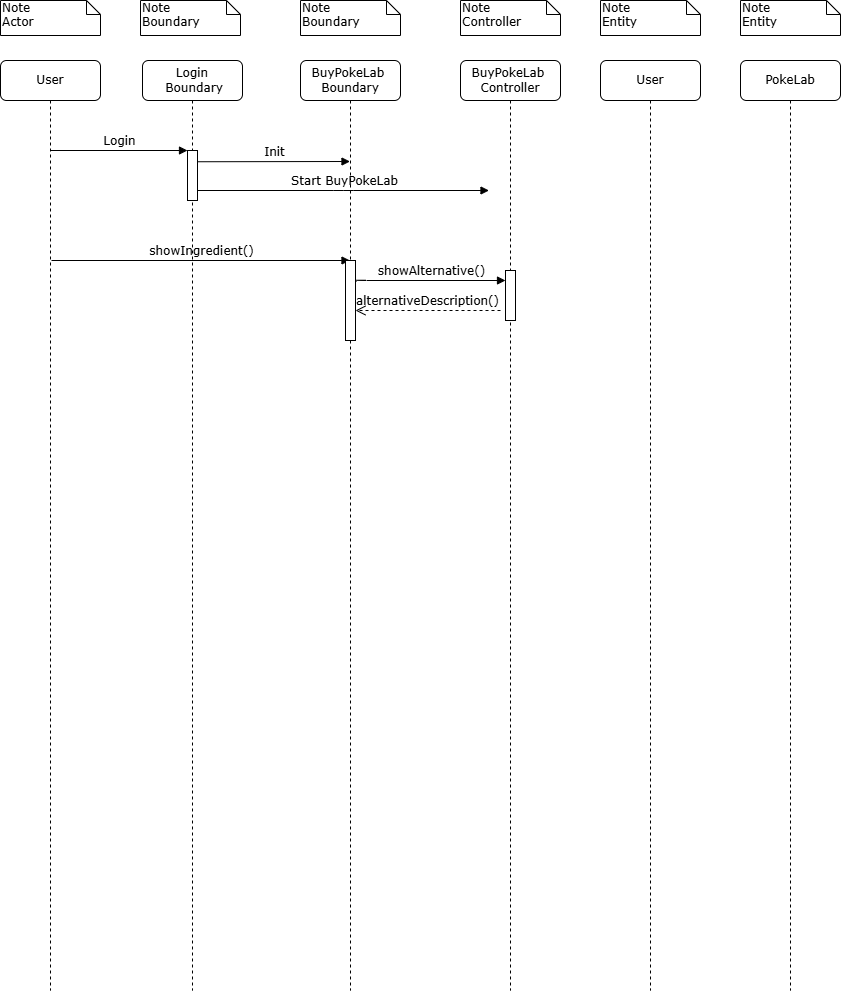
Earlier version of the draw.io export diagrams/SequenceDiagram.drawio.png (matteopinfildi/YourPoke-ISPWProject). Source tidied: cells renumbered, new cells last; positions are measured from the earlier drawing's top-left corner, leaving out a move shared by most shapes.
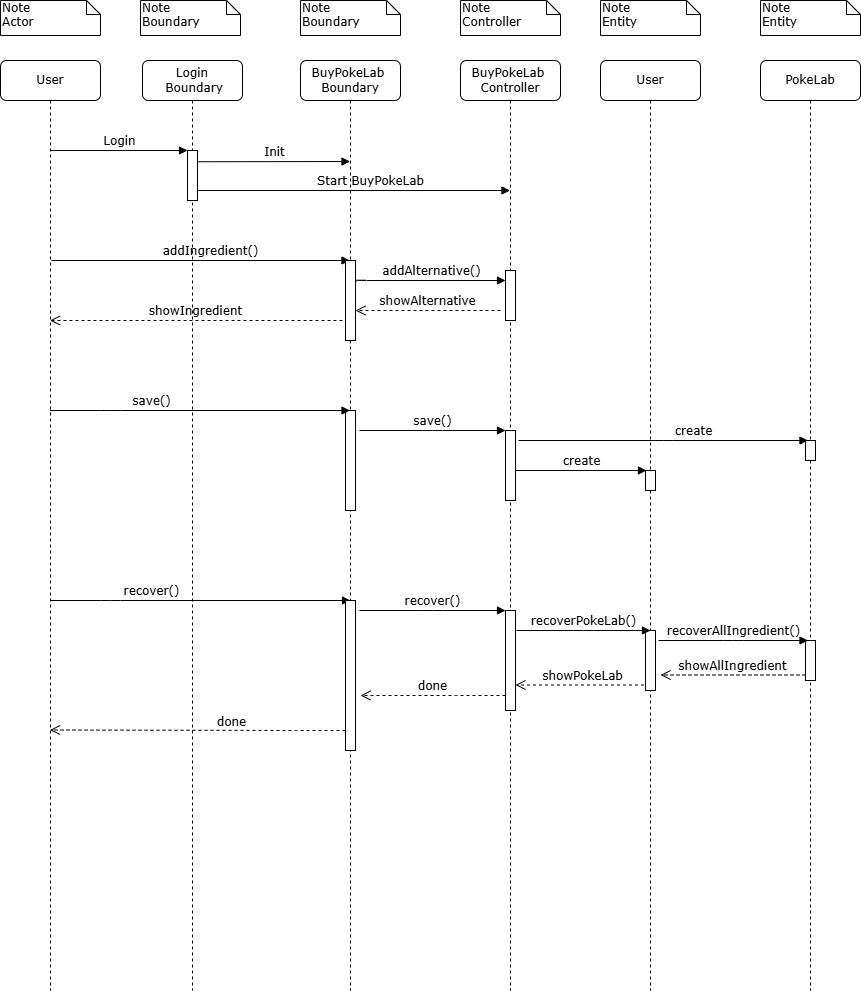
After the change.

What changed in the source:
```diff
@@ -22,4 +22,4 @@
     </mxCell>
-    <mxCell id="8" value="showIngredient()" style="html=1;verticalAlign=bottom;endArrow=block;labelBackgroundColor=none;fontFamily=Verdana;fontSize=12;edgeStyle=elbowEdgeStyle;elbow=vertical;" parent="7" edge="1" target="12">
-      <mxGeometry x="0.01" relative="1" as="geometry">
+    <mxCell id="8" value="addIngredient()" style="html=1;verticalAlign=bottom;endArrow=block;labelBackgroundColor=none;fontFamily=Verdana;fontSize=12;edgeStyle=elbowEdgeStyle;elbow=vertical;" parent="7" edge="1" target="12">
+      <mxGeometry x="0.07" relative="1" as="geometry">
         <mxPoint x="51" y="200" as="sourcePoint" />
@@ -38,2 +38,21 @@
     </mxCell>
+    <mxCell id="23" value="recover()" style="html=1;verticalAlign=bottom;endArrow=block;labelBackgroundColor=none;fontFamily=Verdana;fontSize=12;edgeStyle=elbowEdgeStyle;elbow=vertical;" parent="9" edge="1">
+      <mxGeometry x="-0.33" relative="1" as="geometry">
+        <mxPoint x="-92" y="540" as="sourcePoint" />
+        <mxPoint x="208" y="540" as="targetPoint" />
+        <Array as="points">
+          <mxPoint x="-32" y="540" />
+        </Array>
+        <mxPoint x="1" as="offset" />
+      </mxGeometry>
+    </mxCell>
+    <mxCell id="24" value="showIngredient" style="html=1;verticalAlign=bottom;endArrow=open;dashed=1;endSize=8;labelBackgroundColor=none;fontFamily=Verdana;fontSize=12;edgeStyle=elbowEdgeStyle;elbow=horizontal;" parent="9" edge="1" target="7">
+      <mxGeometry x="0.01" relative="1" as="geometry">
+        <mxPoint x="200" y="260" as="sourcePoint" />
+        <Array as="points">
+          <mxPoint x="150" y="260" />
+          <mxPoint x="180" y="260" />
+        </Array>
+      </mxGeometry>
+    </mxCell>
     <mxCell id="12" value="BuyPokeLab&amp;nbsp;&lt;div&gt;Boundary&lt;/div&gt;" style="shape=umlLifeline;perimeter=lifelinePerimeter;whiteSpace=wrap;html=1;outlineConnect=0;rounded=1;shadow=0;comic=0;labelBackgroundColor=none;strokeWidth=1;fontFamily=Verdana;fontSize=12;align=center;" parent="1" vertex="1">
@@ -44,4 +63,4 @@
     </mxCell>
-    <mxCell id="14" value="alternativeDescription()" style="html=1;verticalAlign=bottom;endArrow=open;dashed=1;endSize=8;labelBackgroundColor=none;fontFamily=Verdana;fontSize=12;edgeStyle=elbowEdgeStyle;elbow=horizontal;" parent="12" edge="1">
-      <mxGeometry relative="1" as="geometry">
+    <mxCell id="14" value="showAlternative" style="html=1;verticalAlign=bottom;endArrow=open;dashed=1;endSize=8;labelBackgroundColor=none;fontFamily=Verdana;fontSize=12;edgeStyle=elbowEdgeStyle;elbow=vertical;" parent="12" edge="1">
+      <mxGeometry x="0.01" relative="1" as="geometry">
         <mxPoint x="200" y="250" as="sourcePoint" />
@@ -54,2 +73,8 @@
     </mxCell>
+    <mxCell id="25" style="html=1;perimeter=orthogonalPerimeter;rounded=0;shadow=0;comic=0;labelBackgroundColor=none;strokeWidth=1;fontFamily=Verdana;fontSize=12;align=center;" parent="12" vertex="1">
+      <mxGeometry x="45" y="350" width="10" height="100" as="geometry" />
+    </mxCell>
+    <mxCell id="26" style="html=1;perimeter=orthogonalPerimeter;rounded=0;shadow=0;comic=0;labelBackgroundColor=none;strokeWidth=1;fontFamily=Verdana;fontSize=12;align=center;" parent="12" vertex="1">
+      <mxGeometry x="45" y="540" width="10" height="150" as="geometry" />
+    </mxCell>
     <mxCell id="15" value="Init" style="html=1;verticalAlign=bottom;endArrow=block;labelBackgroundColor=none;fontFamily=Verdana;fontSize=12;edgeStyle=elbowEdgeStyle;elbow=vertical;exitX=1;exitY=0.225;exitDx=0;exitDy=0;exitPerimeter=0;" parent="1" edge="1" source="10" target="12">
@@ -63,3 +88,3 @@
     </mxCell>
-    <mxCell id="18" value="showAlternative()" style="html=1;verticalAlign=bottom;endArrow=block;entryX=0;entryY=0;labelBackgroundColor=none;fontFamily=Verdana;fontSize=12;edgeStyle=elbowEdgeStyle;elbow=vertical;exitX=1.1;exitY=0.263;exitDx=0;exitDy=0;exitPerimeter=0;" parent="16" edge="1" source="13">
+    <mxCell id="18" value="add&lt;span style=&quot;color: rgba(0, 0, 0, 0); font-family: monospace; font-size: 0px; text-align: start;&quot;&gt;%3CmxGraphModel%3E%3Croot%3E%3CmxCell%20id%3D%220%22%2F%3E%3CmxCell%20id%3D%221%22%20parent%3D%220%22%2F%3E%3CmxCell%20id%3D%222%22%20value%3D%22%22%20style%3D%22html%3D1%3Bpoints%3D%5B%5D%3Bperimeter%3DorthogonalPerimeter%3Brounded%3D0%3Bshadow%3D0%3Bcomic%3D0%3BlabelBackgroundColor%3Dnone%3BstrokeWidth%3D1%3BfontFamily%3DVerdana%3BfontSize%3D12%3Balign%3Dcenter%3B%22%20vertex%3D%221%22%20parent%3D%221%22%3E%3CmxGeometry%20x%3D%22285%22%20y%3D%22350%22%20width%3D%2210%22%20height%3D%22100%22%20as%3D%22geometry%22%2F%3E%3C%2FmxCell%3E%3CmxCell%20id%3D%223%22%20value%3D%22save()%22%20style%3D%22html%3D1%3BverticalAlign%3Dbottom%3BendArrow%3Dblock%3BentryX%3D0%3BentryY%3D0%3BlabelBackgroundColor%3Dnone%3BfontFamily%3DVerdana%3BfontSize%3D12%3BedgeStyle%3DelbowEdgeStyle%3Belbow%3Dvertical%3B%22%20edge%3D%221%22%20parent%3D%221%22%3E%3CmxGeometry%20relative%3D%221%22%20as%3D%22geometry%22%3E%3CmxPoint%20x%3D%22155%22%20y%3D%22350%22%20as%3D%22sourcePoint%22%2F%3E%3CmxPoint%20x%3D%22285%22%20y%3D%22350%22%20as%3D%22targetPoint%22%2F%3E%3C%2FmxGeometry%3E%3C%2FmxCell%3E%3CmxCell%20id%3D%224%22%20value%3D%22%22%20style%3D%22html%3D1%3Bpoints%3D%5B%5D%3Bperimeter%3DorthogonalPerimeter%3Brounded%3D0%3Bshadow%3D0%3Bcomic%3D0%3BlabelBackgroundColor%3Dnone%3BstrokeWidth%3D1%3BfontFamily%3DVerdana%3BfontSize%3D12%3Balign%3Dcenter%3B%22%20vertex%3D%221%22%20parent%3D%221%22%3E%3CmxGeometry%20x%3D%22445%22%20y%3D%22360%22%20width%3D%2210%22%20height%3D%2270%22%20as%3D%22geometry%22%2F%3E%3C%2FmxCell%3E%3CmxCell%20id%3D%225%22%20value%3D%22store()%22%20style%3D%22html%3D1%3BverticalAlign%3Dbottom%3BendArrow%3Dblock%3BentryX%3D0.1%3BentryY%3D0%3BlabelBackgroundColor%3Dnone%3BfontFamily%3DVerdana%3BfontSize%3D12%3BedgeStyle%3DelbowEdgeStyle%3Belbow%3Dvertical%3BentryDx%3D0%3BentryDy%3D0%3BentryPerimeter%3D0%3B%22%20edge%3D%221%22%20parent%3D%221%22%3E%3CmxGeometry%20relative%3D%221%22%20as%3D%22geometry%22%3E%3CmxPoint%20x%3D%22299%22%20y%3D%22360%22%20as%3D%22sourcePoint%22%2F%3E%3CmxPoint%20x%3D%22445%22%20y%3D%22360%22%20as%3D%22targetPoint%22%2F%3E%3C%2FmxGeometry%3E%3C%2FmxCell%3E%3CmxCell%20id%3D%226%22%20value%3D%22%22%20style%3D%22html%3D1%3Bpoints%3D%5B%5D%3Bperimeter%3DorthogonalPerimeter%3Brounded%3D0%3Bshadow%3D0%3Bcomic%3D0%3BlabelBackgroundColor%3Dnone%3BstrokeWidth%3D1%3BfontFamily%3DVerdana%3BfontSize%3D12%3Balign%3Dcenter%3B%22%20vertex%3D%221%22%20parent%3D%221%22%3E%3CmxGeometry%20x%3D%22585%22%20y%3D%22400%22%20width%3D%2210%22%20height%3D%2220%22%20as%3D%22geometry%22%2F%3E%3C%2FmxCell%3E%3CmxCell%20id%3D%227%22%20value%3D%22create%22%20style%3D%22html%3D1%3BverticalAlign%3Dbottom%3BendArrow%3Dblock%3BentryX%3D0.1%3BentryY%3D0%3BlabelBackgroundColor%3Dnone%3BfontFamily%3DVerdana%3BfontSize%3D12%3BedgeStyle%3DelbowEdgeStyle%3Belbow%3Dvertical%3BentryDx%3D0%3BentryDy%3D0%3BentryPerimeter%3D0%3B%22%20edge%3D%221%22%20parent%3D%221%22%3E%3CmxGeometry%20relative%3D%221%22%20as%3D%22geometry%22%3E%3CmxPoint%20x%3D%22460%22%20y%3D%22400%22%20as%3D%22sourcePoint%22%2F%3E%3CmxPoint%20x%3D%22591%22%20y%3D%22400%22%20as%3D%22targetPoint%22%2F%3E%3C%2FmxGeometry%3E%3C%2FmxCell%3E%3CmxCell%20id%3D%228%22%20value%3D%22%22%20style%3D%22html%3D1%3Bpoints%3D%5B%5D%3Bperimeter%3DorthogonalPerimeter%3Brounded%3D0%3Bshadow%3D0%3Bcomic%3D0%3BlabelBackgroundColor%3Dnone%3BstrokeWidth%3D1%3BfontFamily%3DVerdana%3BfontSize%3D12%3Balign%3Dcenter%3B%22%20vertex%3D%221%22%20parent%3D%221%22%3E%3CmxGeometry%20x%3D%22725%22%20y%3D%22365%22%20width%3D%2210%22%20height%3D%2220%22%20as%3D%22geometry%22%2F%3E%3C%2FmxCell%3E%3CmxCell%20id%3D%229%22%20value%3D%22create%22%20style%3D%22html%3D1%3BverticalAlign%3Dbottom%3BendArrow%3Dblock%3BentryX%3D0.1%3BentryY%3D0%3BlabelBackgroundColor%3Dnone%3BfontFamily%3DVerdana%3BfontSize%3D12%3BedgeStyle%3DelbowEdgeStyle%3Belbow%3Dvertical%3BentryDx%3D0%3BentryDy%3D0%3BentryPerimeter%3D0%3B%22%20edge%3D%221%22%20parent%3D%221%22%3E%3CmxGeometry%20x%3D%220.2075%22%20y%3D%225%22%20relative%3D%221%22%20as%3D%22geometry%22%3E%3CmxPoint%20x%3D%22460%22%20y%3D%22365%22%20as%3D%22sourcePoint%22%2F%3E%3CmxPoint%20x%3D%22725%22%20y%3D%22365%22%20as%3D%22targetPoint%22%2F%3E%3CmxPoint%20as%3D%22offset%22%2F%3E%3C%2FmxGeometry%3E%3C%2FmxCell%3E%3C%2Froot%3E%3C%2FmxGraphModel%3E&lt;/span&gt;&lt;span style=&quot;color: rgba(0, 0, 0, 0); font-family: monospace; font-size: 0px; text-align: start;&quot;&gt;%3CmxGraphModel%3E%3Croot%3E%3CmxCell%20id%3D%220%22%2F%3E%3CmxCell%20id%3D%221%22%20parent%3D%220%22%2F%3E%3CmxCell%20id%3D%222%22%20value%3D%22%22%20style%3D%22html%3D1%3Bpoints%3D%5B%5D%3Bperimeter%3DorthogonalPerimeter%3Brounded%3D0%3Bshadow%3D0%3Bcomic%3D0%3BlabelBackgroundColor%3Dnone%3BstrokeWidth%3D1%3BfontFamily%3DVerdana%3BfontSize%3D12%3Balign%3Dcenter%3B%22%20vertex%3D%221%22%20parent%3D%221%22%3E%3CmxGeometry%20x%3D%22285%22%20y%3D%22350%22%20width%3D%2210%22%20height%3D%22100%22%20as%3D%22geometry%22%2F%3E%3C%2FmxCell%3E%3CmxCell%20id%3D%223%22%20value%3D%22save()%22%20style%3D%22html%3D1%3BverticalAlign%3Dbottom%3BendArrow%3Dblock%3BentryX%3D0%3BentryY%3D0%3BlabelBackgroundColor%3Dnone%3BfontFamily%3DVerdana%3BfontSize%3D12%3BedgeStyle%3DelbowEdgeStyle%3Belbow%3Dvertical%3B%22%20edge%3D%221%22%20parent%3D%221%22%3E%3CmxGeometry%20relative%3D%221%22%20as%3D%22geometry%22%3E%3CmxPoint%20x%3D%22155%22%20y%3D%22350%22%20as%3D%22sourcePoint%22%2F%3E%3CmxPoint%20x%3D%22285%22%20y%3D%22350%22%20as%3D%22targetPoint%22%2F%3E%3C%2FmxGeometry%3E%3C%2FmxCell%3E%3CmxCell%20id%3D%224%22%20value%3D%22%22%20style%3D%22html%3D1%3Bpoints%3D%5B%5D%3Bperimeter%3DorthogonalPerimeter%3Brounded%3D0%3Bshadow%3D0%3Bcomic%3D0%3BlabelBackgroundColor%3Dnone%3BstrokeWidth%3D1%3BfontFamily%3DVerdana%3BfontSize%3D12%3Balign%3Dcenter%3B%22%20vertex%3D%221%22%20parent%3D%221%22%3E%3CmxGeometry%20x%3D%22445%22%20y%3D%22360%22%20width%3D%2210%22%20height%3D%2270%22%20as%3D%22geometry%22%2F%3E%3C%2FmxCell%3E%3CmxCell%20id%3D%225%22%20value%3D%22store()%22%20style%3D%22html%3D1%3BverticalAlign%3Dbottom%3BendArrow%3Dblock%3BentryX%3D0.1%3BentryY%3D0%3BlabelBackgroundColor%3Dnone%3BfontFamily%3DVerdana%3BfontSize%3D12%3BedgeStyle%3DelbowEdgeStyle%3Belbow%3Dvertical%3BentryDx%3D0%3BentryDy%3D0%3BentryPerimeter%3D0%3B%22%20edge%3D%221%22%20parent%3D%221%22%3E%3CmxGeometry%20relative%3D%221%22%20as%3D%22geometry%22%3E%3CmxPoint%20x%3D%22299%22%20y%3D%22360%22%20as%3D%22sourcePoint%22%2F%3E%3CmxPoint%20x%3D%22445%22%20y%3D%22360%22%20as%3D%22targetPoint%22%2F%3E%3C%2FmxGeometry%3E%3C%2FmxCell%3E%3CmxCell%20id%3D%226%22%20value%3D%22%22%20style%3D%22html%3D1%3Bpoints%3D%5B%5D%3Bperimeter%3DorthogonalPerimeter%3Brounded%3D0%3Bshadow%3D0%3Bcomic%3D0%3BlabelBackgroundColor%3Dnone%3BstrokeWidth%3D1%3BfontFamily%3DVerdana%3BfontSize%3D12%3Balign%3Dcenter%3B%22%20vertex%3D%221%22%20parent%3D%221%22%3E%3CmxGeometry%20x%3D%22585%22%20y%3D%22400%22%20width%3D%2210%22%20height%3D%2220%22%20as%3D%22geometry%22%2F%3E%3C%2FmxCell%3E%3CmxCell%20id%3D%227%22%20value%3D%22create%22%20style%3D%22html%3D1%3BverticalAlign%3Dbottom%3BendArrow%3Dblock%3BentryX%3D0.1%3BentryY%3D0%3BlabelBackgroundColor%3Dnone%3BfontFamily%3DVerdana%3BfontSize%3D12%3BedgeStyle%3DelbowEdgeStyle%3Belbow%3Dvertical%3BentryDx%3D0%3BentryDy%3D0%3BentryPerimeter%3D0%3B%22%20edge%3D%221%22%20parent%3D%221%22%3E%3CmxGeometry%20relative%3D%221%22%20as%3D%22geometry%22%3E%3CmxPoint%20x%3D%22460%22%20y%3D%22400%22%20as%3D%22sourcePoint%22%2F%3E%3CmxPoint%20x%3D%22591%22%20y%3D%22400%22%20as%3D%22targetPoint%22%2F%3E%3C%2FmxGeometry%3E%3C%2FmxCell%3E%3CmxCell%20id%3D%228%22%20value%3D%22%22%20style%3D%22html%3D1%3Bpoints%3D%5B%5D%3Bperimeter%3DorthogonalPerimeter%3Brounded%3D0%3Bshadow%3D0%3Bcomic%3D0%3BlabelBackgroundColor%3Dnone%3BstrokeWidth%3D1%3BfontFamily%3DVerdana%3BfontSize%3D12%3Balign%3Dcenter%3B%22%20vertex%3D%221%22%20parent%3D%221%22%3E%3CmxGeometry%20x%3D%22725%22%20y%3D%22365%22%20width%3D%2210%22%20height%3D%2220%22%20as%3D%22geometry%22%2F%3E%3C%2FmxCell%3E%3CmxCell%20id%3D%229%22%20value%3D%22create%22%20style%3D%22html%3D1%3BverticalAlign%3Dbottom%3BendArrow%3Dblock%3BentryX%3D0.1%3BentryY%3D0%3BlabelBackgroundColor%3Dnone%3BfontFamily%3DVerdana%3BfontSize%3D12%3BedgeStyle%3DelbowEdgeStyle%3Belbow%3Dvertical%3BentryDx%3D0%3BentryDy%3D0%3BentryPerimeter%3D0%3B%22%20edge%3D%221%22%20parent%3D%221%22%3E%3CmxGeometry%20x%3D%220.2075%22%20y%3D%225%22%20relative%3D%221%22%20as%3D%22geometry%22%3E%3CmxPoint%20x%3D%22460%22%20y%3D%22365%22%20as%3D%22sourcePoint%22%2F%3E%3CmxPoint%20x%3D%22725%22%20y%3D%22365%22%20as%3D%22targetPoint%22%2F%3E%3CmxPoint%20as%3D%22offset%22%2F%3E%3C%2FmxGeometry%3E%3C%2FmxCell%3E%3C%2Froot%3E%3C%2FmxGraphModel%3E&lt;/span&gt;Alternative()" style="html=1;verticalAlign=bottom;endArrow=block;entryX=0;entryY=0;labelBackgroundColor=none;fontFamily=Verdana;fontSize=12;edgeStyle=elbowEdgeStyle;elbow=vertical;exitX=1.1;exitY=0.263;exitDx=0;exitDy=0;exitPerimeter=0;" parent="16" edge="1" source="13">
       <mxGeometry x="0.01" relative="1" as="geometry">
@@ -71,6 +96,32 @@
     </mxCell>
+    <mxCell id="27" style="html=1;perimeter=orthogonalPerimeter;rounded=0;shadow=0;comic=0;labelBackgroundColor=none;strokeWidth=1;fontFamily=Verdana;fontSize=12;align=center;" parent="16" vertex="1">
+      <mxGeometry x="45" y="370" width="10" height="70" as="geometry" />
+    </mxCell>
+    <mxCell id="28" value="save()" style="html=1;verticalAlign=bottom;endArrow=block;entryX=0.1;entryY=0;labelBackgroundColor=none;fontFamily=Verdana;fontSize=12;edgeStyle=elbowEdgeStyle;elbow=vertical;entryDx=0;entryDy=0;entryPerimeter=0;" parent="16" edge="1">
+      <mxGeometry relative="1" as="geometry">
+        <mxPoint x="-101" y="370" as="sourcePoint" />
+        <mxPoint x="45" y="370" as="targetPoint" />
+      </mxGeometry>
+    </mxCell>
+    <mxCell id="29" value="create" style="html=1;verticalAlign=bottom;endArrow=block;entryX=0.1;entryY=0;labelBackgroundColor=none;fontFamily=Verdana;fontSize=12;edgeStyle=elbowEdgeStyle;elbow=vertical;entryDx=0;entryDy=0;entryPerimeter=0;" parent="16" edge="1">
+      <mxGeometry relative="1" as="geometry">
+        <mxPoint x="55" y="410" as="sourcePoint" />
+        <mxPoint x="186" y="410" as="targetPoint" />
+      </mxGeometry>
+    </mxCell>
+    <mxCell id="30" style="html=1;points=[];perimeter=orthogonalPerimeter;rounded=0;shadow=0;comic=0;labelBackgroundColor=none;strokeWidth=1;fontFamily=Verdana;fontSize=12;align=center;" parent="16" vertex="1">
+      <mxGeometry x="45" y="550" width="10" height="100" as="geometry" />
+    </mxCell>
+    <mxCell id="31" value="showPokeLab" style="html=1;verticalAlign=bottom;endArrow=open;dashed=1;endSize=8;labelBackgroundColor=none;fontFamily=Verdana;fontSize=12;edgeStyle=elbowEdgeStyle;elbow=horizontal;" parent="16" edge="1" source="20">
+      <mxGeometry x="0.01" relative="1" as="geometry">
+        <mxPoint x="55" y="624.5" as="targetPoint" />
+        <Array as="points">
+          <mxPoint x="150" y="624.5" />
+          <mxPoint x="180" y="624.5" />
+        </Array>
+      </mxGeometry>
+    </mxCell>
-    <mxCell id="19" value="Start BuyPokeLab" style="html=1;verticalAlign=bottom;endArrow=block;labelBackgroundColor=none;fontFamily=Verdana;fontSize=12;edgeStyle=elbowEdgeStyle;elbow=vertical;exitX=1;exitY=0.225;exitDx=0;exitDy=0;exitPerimeter=0;" parent="1" edge="1">
-      <mxGeometry x="0.01" relative="1" as="geometry">
+    <mxCell id="19" value="Start BuyPokeLab" style="html=1;verticalAlign=bottom;endArrow=block;labelBackgroundColor=none;fontFamily=Verdana;fontSize=12;edgeStyle=elbowEdgeStyle;elbow=vertical;exitX=1;exitY=0.225;exitDx=0;exitDy=0;exitPerimeter=0;" parent="1" edge="1" target="16">
+      <mxGeometry x="0.11" relative="1" as="geometry">
         <mxPoint x="197" y="190" as="sourcePoint" />
-        <mxPoint x="488.5" y="190" as="targetPoint" />
       </mxGeometry>
@@ -80,8 +131,78 @@
     </mxCell>
+    <mxCell id="32" value="create" style="html=1;verticalAlign=bottom;endArrow=block;labelBackgroundColor=none;fontFamily=Verdana;fontSize=12;edgeStyle=elbowEdgeStyle;elbow=vertical;" parent="20" edge="1">
+      <mxGeometry x="0.21" relative="1" as="geometry">
+        <mxPoint x="-82" y="380" as="sourcePoint" />
+        <mxPoint x="207.5" y="380" as="targetPoint" />
+      </mxGeometry>
+    </mxCell>
+    <mxCell id="33" style="html=1;perimeter=orthogonalPerimeter;rounded=0;shadow=0;comic=0;labelBackgroundColor=none;strokeWidth=1;fontFamily=Verdana;fontSize=12;align=center;" parent="20" vertex="1">
+      <mxGeometry x="45" y="410" width="10" height="20" as="geometry" />
+    </mxCell>
+    <mxCell id="34" style="html=1;points=[];perimeter=orthogonalPerimeter;rounded=0;shadow=0;comic=0;labelBackgroundColor=none;strokeWidth=1;fontFamily=Verdana;fontSize=12;align=center;" parent="20" vertex="1">
+      <mxGeometry x="45" y="570" width="10" height="60" as="geometry" />
+    </mxCell>
     <mxCell id="21" value="Note&lt;div&gt;Entity&lt;/div&gt;" style="shape=note;whiteSpace=wrap;html=1;size=14;verticalAlign=top;align=left;spacingTop=-6;rounded=0;shadow=0;comic=0;labelBackgroundColor=none;strokeWidth=1;fontFamily=Verdana;fontSize=12;" parent="1" vertex="1">
-      <mxGeometry x="740" width="100" height="35" as="geometry" />
+      <mxGeometry x="760" width="100" height="35" as="geometry" />
     </mxCell>
     <mxCell id="22" value="PokeLab" style="shape=umlLifeline;perimeter=lifelinePerimeter;whiteSpace=wrap;html=1;rounded=1;shadow=0;comic=0;labelBackgroundColor=none;strokeWidth=1;fontFamily=Verdana;fontSize=12;align=center;" parent="1" vertex="1">
-      <mxGeometry x="740" y="60" width="100" height="930" as="geometry" />
+      <mxGeometry x="760" y="60" width="100" height="930" as="geometry" />
     </mxCell>
+    <mxCell id="35" style="html=1;perimeter=orthogonalPerimeter;rounded=0;shadow=0;comic=0;labelBackgroundColor=none;strokeWidth=1;fontFamily=Verdana;fontSize=12;align=center;" parent="22" vertex="1">
+      <mxGeometry x="45" y="380" width="10" height="20" as="geometry" />
+    </mxCell>
+    <mxCell id="36" style="html=1;perimeter=orthogonalPerimeter;rounded=0;shadow=0;comic=0;labelBackgroundColor=none;strokeWidth=1;fontFamily=Verdana;fontSize=12;align=center;" parent="22" vertex="1">
+      <mxGeometry x="45" y="580" width="10" height="40" as="geometry" />
+    </mxCell>
+    <mxCell id="37" value="save()" style="html=1;verticalAlign=bottom;endArrow=block;labelBackgroundColor=none;fontFamily=Verdana;fontSize=12;edgeStyle=elbowEdgeStyle;elbow=vertical;" parent="1" edge="1" source="7" target="12">
+      <mxGeometry x="-0.33" relative="1" as="geometry">
+        <Array as="points">
+          <mxPoint x="110" y="410" />
+        </Array>
+        <mxPoint x="1" as="offset" />
+      </mxGeometry>
+    </mxCell>
+    <mxCell id="38" value="recover()" style="html=1;verticalAlign=bottom;endArrow=block;entryX=0.1;entryY=0;labelBackgroundColor=none;fontFamily=Verdana;fontSize=12;edgeStyle=elbowEdgeStyle;elbow=vertical;entryDx=0;entryDy=0;entryPerimeter=0;" parent="1" edge="1">
+      <mxGeometry relative="1" as="geometry">
+        <mxPoint x="359" y="610" as="sourcePoint" />
+        <mxPoint x="505" y="610" as="targetPoint" />
+      </mxGeometry>
+    </mxCell>
+    <mxCell id="39" value="recoverPokeLab()" style="html=1;verticalAlign=bottom;endArrow=block;labelBackgroundColor=none;fontFamily=Verdana;fontSize=12;edgeStyle=elbowEdgeStyle;elbow=horizontal;exitX=1.1;exitY=0.2;exitDx=0;exitDy=0;exitPerimeter=0;entryX=0.5;entryY=0;entryDx=0;entryDy=0;entryPerimeter=0;" parent="1" edge="1" source="30" target="34">
+      <mxGeometry relative="1" as="geometry" />
+    </mxCell>
+    <mxCell id="40" value="recoverAllIngredient()" style="html=1;verticalAlign=bottom;endArrow=block;labelBackgroundColor=none;fontFamily=Verdana;fontSize=12;edgeStyle=elbowEdgeStyle;elbow=vertical;" parent="1" edge="1">
+      <mxGeometry relative="1" as="geometry">
+        <mxPoint x="658" y="640" as="sourcePoint" />
+        <mxPoint x="807.5" y="640" as="targetPoint" />
+      </mxGeometry>
+    </mxCell>
+    <mxCell id="41" value="showAllIngredient" style="html=1;verticalAlign=bottom;endArrow=open;dashed=1;endSize=8;labelBackgroundColor=none;fontFamily=Verdana;fontSize=12;edgeStyle=elbowEdgeStyle;elbow=horizontal;" parent="1" edge="1">
+      <mxGeometry x="0.01" relative="1" as="geometry">
+        <mxPoint x="805" y="674.5" as="sourcePoint" />
+        <mxPoint x="660" y="674.5" as="targetPoint" />
+        <Array as="points">
+          <mxPoint x="755" y="674.5" />
+          <mxPoint x="785" y="674.5" />
+        </Array>
+      </mxGeometry>
+    </mxCell>
+    <mxCell id="42" value="done" style="html=1;verticalAlign=bottom;endArrow=open;dashed=1;endSize=8;labelBackgroundColor=none;fontFamily=Verdana;fontSize=12;edgeStyle=elbowEdgeStyle;elbow=horizontal;" parent="1" edge="1">
+      <mxGeometry x="0.01" relative="1" as="geometry">
+        <mxPoint x="505" y="695" as="sourcePoint" />
+        <mxPoint x="360" y="695" as="targetPoint" />
+        <Array as="points">
+          <mxPoint x="465" y="694.5" />
+          <mxPoint x="495" y="694.5" />
+        </Array>
+      </mxGeometry>
+    </mxCell>
+    <mxCell id="43" value="done" style="html=1;verticalAlign=bottom;endArrow=open;dashed=1;endSize=8;labelBackgroundColor=none;fontFamily=Verdana;fontSize=12;edgeStyle=elbowEdgeStyle;elbow=horizontal;" parent="1" edge="1" target="7">
+      <mxGeometry x="-0.22" y="1" relative="1" as="geometry">
+        <mxPoint x="345" y="730" as="sourcePoint" />
+        <Array as="points">
+          <mxPoint x="305" y="729.5" />
+          <mxPoint x="335" y="729.5" />
+        </Array>
+      </mxGeometry>
+    </mxCell>
   </root>
```
